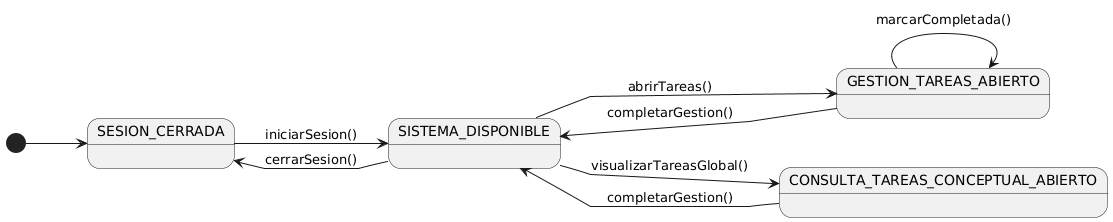
The PlantUML diagram documents/actoresYCasosDeUso/diagramas/diagramaContexto/diagramaContextoMiembro.png in inigovaqueroo04/25-26-IdSw1-SdR, before a commit. The source it was exported from:
```plantuml
@startuml
left to right direction
skinparam linetype polyline

state "SESION_CERRADA" as NoAuth
state "SISTEMA_DISPONIBLE" as Menu

state "GESTION_TAREAS_ABIERTO" as ListProgramas

state "CONSULTA_TAREAS_CONCEPTUAL_ABIERTO" as ReadConsultaTareas

[*] --> NoAuth

NoAuth --> Menu : iniciarSesion()

Menu --> NoAuth : cerrarSesion()
Menu --> ListProgramas: abrirTareas()
Menu --> ReadConsultaTareas: visualizarTareasGlobal()

ListProgramas --> ListProgramas: marcarCompletada()

ListProgramas --> Menu: completarGestion()
ReadConsultaTareas --> Menu: completarGestion()
@enduml
```
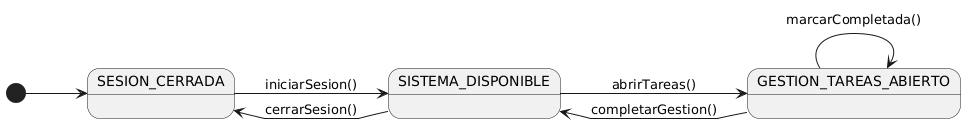
After the commit.

Commit message:
Fix imagen del Diagrama de Contexto para Miembro

Diff of the diagram source:
```diff
@@ -7,18 +7,14 @@
 
 state "GESTION_TAREAS_ABIERTO" as ListProgramas
 
-state "CONSULTA_TAREAS_CONCEPTUAL_ABIERTO" as ReadConsultaTareas
-
 [*] --> NoAuth
 
 NoAuth --> Menu : iniciarSesion()
 
 Menu --> NoAuth : cerrarSesion()
 Menu --> ListProgramas: abrirTareas()
-Menu --> ReadConsultaTareas: visualizarTareasGlobal()
 
 ListProgramas --> ListProgramas: marcarCompletada()
 
 ListProgramas --> Menu: completarGestion()
-ReadConsultaTareas --> Menu: completarGestion()
 @enduml
```
